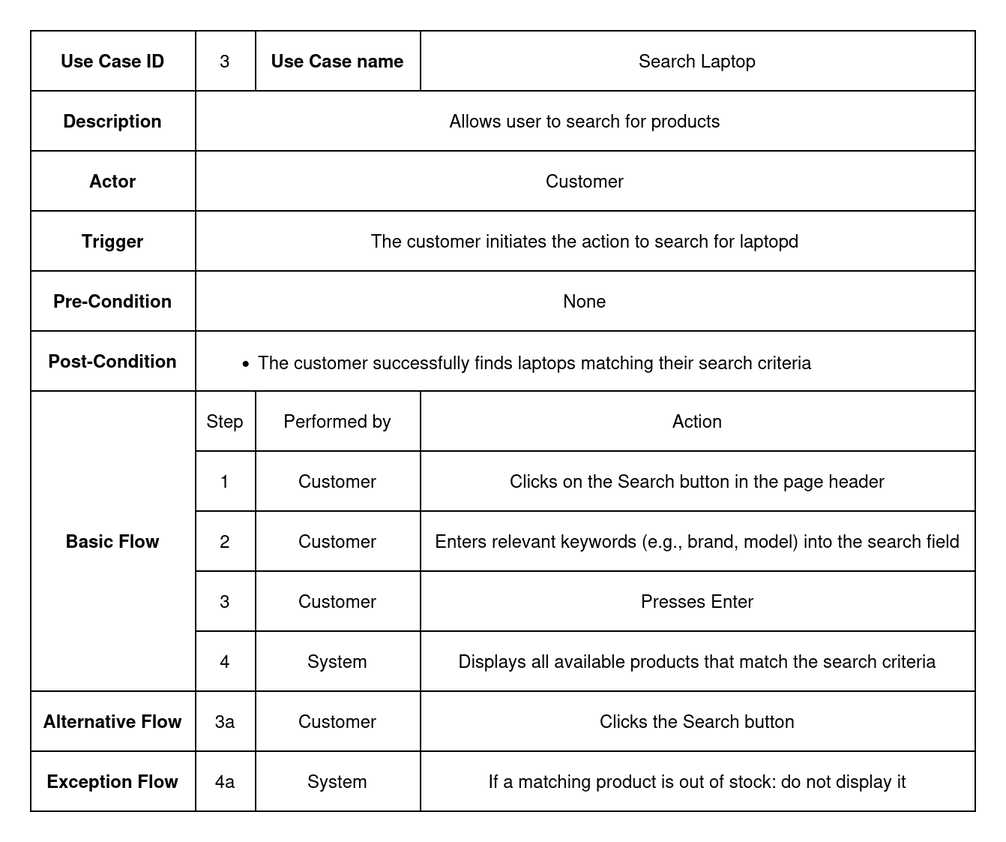
auphong2707/itse-laptopshop-management-web-application keeps this draw.io diagram as documentation/Images/usecase_metadata_card/uc_3_search_laptop.drawio.png. Above is the earlier version. Source tidied: cells renumbered, new cells last; positions are measured from the earlier drawing's top-left corner, leaving out a move shared by most shapes.
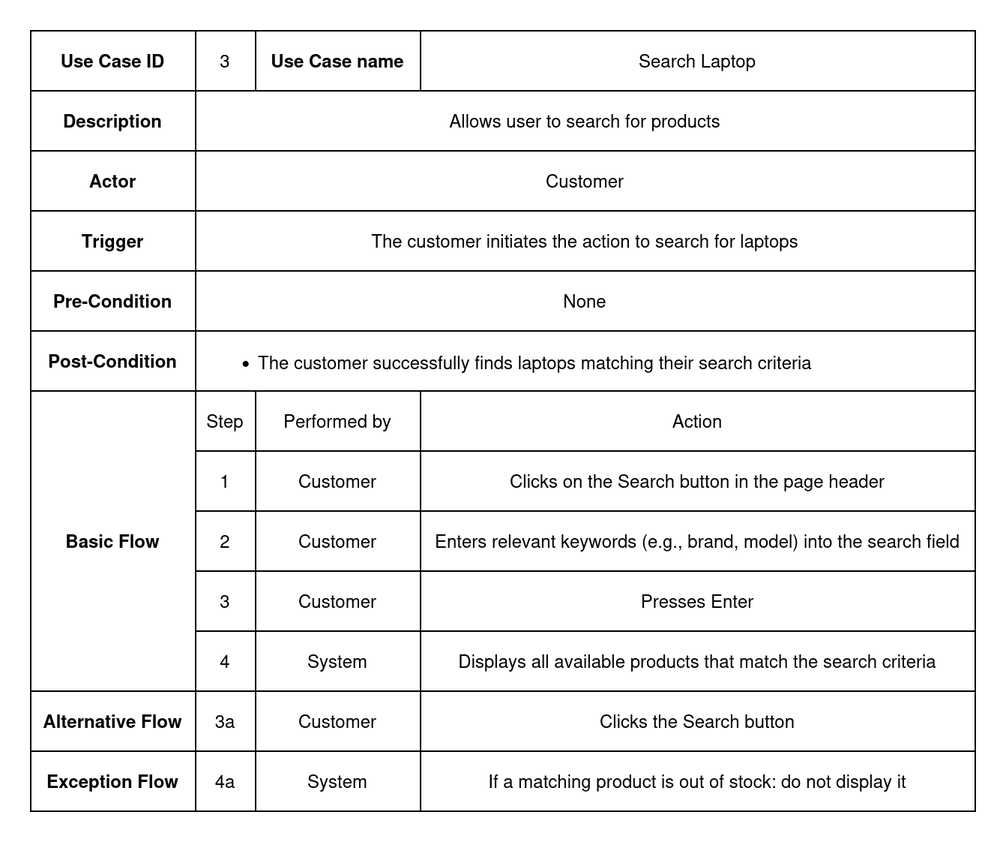
After the commit.

Diff of the diagram source:
```diff
@@ -44,7 +44,7 @@
     <mxCell id="15" value="Trigger" style="shape=partialRectangle;html=1;whiteSpace=wrap;strokeColor=inherit;overflow=hidden;fillColor=none;top=0;left=0;bottom=0;right=0;fontStyle=1;" parent="14" vertex="1">
       <mxGeometry width="110" height="40" as="geometry" />
     </mxCell>
-    <mxCell id="16" value="The customer initiates the action to search for laptopd" style="shape=partialRectangle;html=1;whiteSpace=wrap;strokeColor=inherit;overflow=hidden;fillColor=none;top=0;left=0;bottom=0;right=0;rowspan=1;colspan=3;" parent="14" vertex="1">
+    <mxCell id="16" value="The customer initiates the action to search for laptops" style="shape=partialRectangle;html=1;whiteSpace=wrap;strokeColor=inherit;overflow=hidden;fillColor=none;top=0;left=0;bottom=0;right=0;rowspan=1;colspan=3;" parent="14" vertex="1">
       <mxGeometry x="110" width="520" height="40" as="geometry" />
     </mxCell>
     <mxCell id="17" style="shape=tableRow;horizontal=0;startSize=0;swimlaneHead=0;swimlaneBody=0;strokeColor=inherit;top=0;left=0;bottom=0;right=0;fillColor=none;" parent="2" vertex="1">
```
